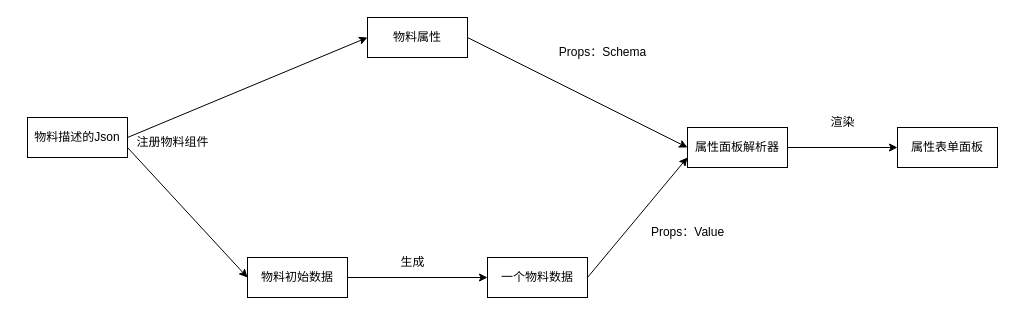
Before: 第四章/属性表单面板形成设计图.drawio in yuxinyu12345/diagrams, a draw.io diagram. Source tidied: cells renumbered, new cells numbered last; positions are measured from the earlier drawing's top-left corner, leaving out a move shared by most shapes. Both pictures are drawn from the tidied source at 100%, with x=0, y=0 at pixel (27, 17).
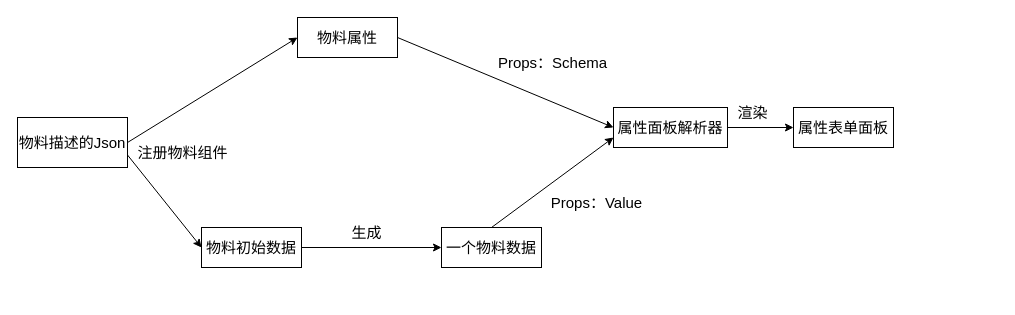
After the change.

Commit message (it also covers changes not shown here):
更新属性表单面板形成设计图.drawio

Diff of the diagram source:
```diff
@@
 <mxGraphModel>
   <root>
     <mxCell id="0" />
     <mxCell id="1" parent="0" />
-    <mxCell id="2" value="物料描述的Json" style="rounded=0;whiteSpace=wrap;html=1;" parent="1" vertex="1">
-      <mxGeometry y="100" width="100" height="40" as="geometry" />
+    <mxCell id="2" value="物料描述的Json" style="rounded=0;whiteSpace=wrap;html=1;fontSize=15;" parent="1" vertex="1">
+      <mxGeometry x="-10" y="100" width="110" height="50" as="geometry" />
     </mxCell>
-    <mxCell id="3" value="物料属性" style="rounded=0;whiteSpace=wrap;html=1;" parent="1" vertex="1">
-      <mxGeometry x="340" width="100" height="40" as="geometry" />
+    <mxCell id="3" value="物料属性" style="rounded=0;whiteSpace=wrap;html=1;fontSize=15;" parent="1" vertex="1">
+      <mxGeometry x="270" width="100" height="40" as="geometry" />
     </mxCell>
-    <mxCell id="4" style="edgeStyle=orthogonalEdgeStyle;rounded=0;jettySize=auto;html=1;exitX=1;exitY=0.5;exitDx=0;exitDy=0;" parent="1" edge="1" source="5" target="13">
+    <mxCell id="4" style="edgeStyle=orthogonalEdgeStyle;rounded=0;jettySize=auto;html=1;exitX=1;exitY=0.5;exitDx=0;exitDy=0;fontSize=15;" parent="1" edge="1" source="5" target="13">
       <mxGeometry relative="1" as="geometry" />
     </mxCell>
-    <mxCell id="5" value="物料初始数据" style="rounded=0;whiteSpace=wrap;html=1;" parent="1" vertex="1">
-      <mxGeometry x="220" y="240" width="100" height="40" as="geometry" />
+    <mxCell id="5" value="物料初始数据" style="rounded=0;whiteSpace=wrap;html=1;fontSize=15;" parent="1" vertex="1">
+      <mxGeometry x="174" y="210" width="100" height="40" as="geometry" />
     </mxCell>
-    <mxCell id="6" value="属性面板解析器" style="rounded=0;whiteSpace=wrap;html=1;" parent="1" vertex="1">
-      <mxGeometry x="660" y="110" width="100" height="40" as="geometry" />
+    <mxCell id="6" value="属性面板解析器" style="rounded=0;whiteSpace=wrap;html=1;fontSize=15;" parent="1" vertex="1">
+      <mxGeometry x="586" y="90" width="114" height="40" as="geometry" />
     </mxCell>
-    <mxCell id="7" value="属性表单面板" style="rounded=0;whiteSpace=wrap;html=1;" parent="1" vertex="1">
-      <mxGeometry x="870" y="110" width="100" height="40" as="geometry" />
+    <mxCell id="7" value="属性表单面板" style="rounded=0;whiteSpace=wrap;html=1;fontSize=15;" parent="1" vertex="1">
+      <mxGeometry x="766" y="90" width="100" height="40" as="geometry" />
     </mxCell>
-    <mxCell id="8" style="endArrow=classic;html=1;rounded=0;exitX=1;exitY=0.5;exitDx=0;exitDy=0;entryX=0;entryY=0.5;entryDx=0;entryDy=0;" parent="1" edge="1" source="2" target="3">
+    <mxCell id="8" style="endArrow=classic;html=1;rounded=0;exitX=1;exitY=0.5;exitDx=0;exitDy=0;entryX=0;entryY=0.5;entryDx=0;entryDy=0;fontSize=15;" parent="1" edge="1" source="2" target="3">
       <mxGeometry relative="1" as="geometry" />
     </mxCell>
-    <mxCell id="9" style="endArrow=classic;html=1;rounded=0;exitX=1;exitY=0.75;exitDx=0;exitDy=0;entryX=0;entryY=0.5;entryDx=0;entryDy=0;" parent="1" edge="1" source="2" target="5">
+    <mxCell id="9" style="endArrow=classic;html=1;rounded=0;exitX=1;exitY=0.75;exitDx=0;exitDy=0;entryX=0;entryY=0.5;entryDx=0;entryDy=0;fontSize=15;" parent="1" edge="1" source="2" target="5">
       <mxGeometry relative="1" as="geometry" />
     </mxCell>
-    <mxCell id="10" style="endArrow=classic;html=1;rounded=0;exitX=1;exitY=0.5;exitDx=0;exitDy=0;entryX=0;entryY=0.5;entryDx=0;entryDy=0;" parent="1" edge="1" source="3" target="6">
+    <mxCell id="10" style="endArrow=classic;html=1;rounded=0;exitX=1;exitY=0.5;exitDx=0;exitDy=0;entryX=0;entryY=0.5;entryDx=0;entryDy=0;fontSize=15;" parent="1" edge="1" source="3" target="6">
       <mxGeometry relative="1" as="geometry" />
     </mxCell>
-    <mxCell id="11" style="endArrow=classic;html=1;rounded=0;exitX=1;exitY=0.5;exitDx=0;exitDy=0;entryX=0;entryY=0.75;entryDx=0;entryDy=0;" parent="1" edge="1" source="13" target="6">
+    <mxCell id="11" style="endArrow=classic;html=1;rounded=0;exitX=0.5;exitY=0;exitDx=0;exitDy=0;entryX=0;entryY=0.75;entryDx=0;entryDy=0;fontSize=15;" parent="1" edge="1" source="13" target="6">
       <mxGeometry relative="1" as="geometry" />
     </mxCell>
-    <mxCell id="12" style="endArrow=classic;html=1;rounded=0;exitX=1;exitY=0.5;exitDx=0;exitDy=0;" parent="1" edge="1" source="6" target="7">
+    <mxCell id="12" style="endArrow=classic;html=1;rounded=0;exitX=1;exitY=0.5;exitDx=0;exitDy=0;fontSize=15;" parent="1" edge="1" source="6" target="7">
       <mxGeometry relative="1" as="geometry" />
     </mxCell>
-    <mxCell id="13" value="一个物料数据" style="rounded=0;whiteSpace=wrap;html=1;" parent="1" vertex="1">
-      <mxGeometry x="460" y="240" width="100" height="40" as="geometry" />
+    <mxCell id="13" value="一个物料数据" style="rounded=0;whiteSpace=wrap;html=1;fontSize=15;" parent="1" vertex="1">
+      <mxGeometry x="414" y="210" width="100" height="40" as="geometry" />
     </mxCell>
-    <mxCell id="14" value="注册物料组件" style="text;html=1;align=center;verticalAlign=middle;strokeColor=none;fillColor=none;" parent="1" vertex="1">
-      <mxGeometry x="95" y="110" width="100" height="30" as="geometry" />
+    <mxCell id="14" value="注册物料组件" style="text;html=1;align=center;verticalAlign=middle;strokeColor=none;fillColor=none;fontSize=15;" parent="1" vertex="1">
+      <mxGeometry x="100" y="120" width="110" height="30" as="geometry" />
     </mxCell>
-    <mxCell id="15" value="Props：Schema" style="text;html=1;align=center;verticalAlign=middle;strokeColor=none;fillColor=none;" parent="1" vertex="1">
-      <mxGeometry x="520" y="20" width="110" height="30" as="geometry" />
+    <mxCell id="15" value="Props：Schema" style="text;html=1;align=center;verticalAlign=middle;strokeColor=none;fillColor=none;fontSize=15;" parent="1" vertex="1">
+      <mxGeometry x="460" y="30" width="130" height="30" as="geometry" />
     </mxCell>
-    <mxCell id="16" value="Props：Value" style="text;html=1;align=center;verticalAlign=middle;strokeColor=none;fillColor=none;" parent="1" vertex="1">
-      <mxGeometry x="610" y="200" width="100" height="30" as="geometry" />
+    <mxCell id="16" value="Props：Value" style="text;html=1;align=center;verticalAlign=middle;strokeColor=none;fillColor=none;fontSize=15;" parent="1" vertex="1">
+      <mxGeometry x="514" y="170" width="110" height="30" as="geometry" />
     </mxCell>
-    <mxCell id="17" value="渲染" style="text;html=1;align=center;verticalAlign=middle;strokeColor=none;fillColor=none;" parent="1" vertex="1">
-      <mxGeometry x="790" y="90" width="50" height="30" as="geometry" />
+    <mxCell id="17" value="渲染" style="text;html=1;align=center;verticalAlign=middle;strokeColor=none;fillColor=none;fontSize=15;" parent="1" vertex="1">
+      <mxGeometry x="700" y="80" width="50" height="30" as="geometry" />
     </mxCell>
-    <mxCell id="18" value="生成" style="text;html=1;align=center;verticalAlign=middle;strokeColor=none;fillColor=none;" parent="1" vertex="1">
-      <mxGeometry x="360" y="230" width="50" height="30" as="geometry" />
+    <mxCell id="18" value="生成" style="text;html=1;align=center;verticalAlign=middle;strokeColor=none;fillColor=none;fontSize=15;" parent="1" vertex="1">
+      <mxGeometry x="314" y="200" width="50" height="30" as="geometry" />
     </mxCell>
   </root>
 </mxGraphModel>
```
